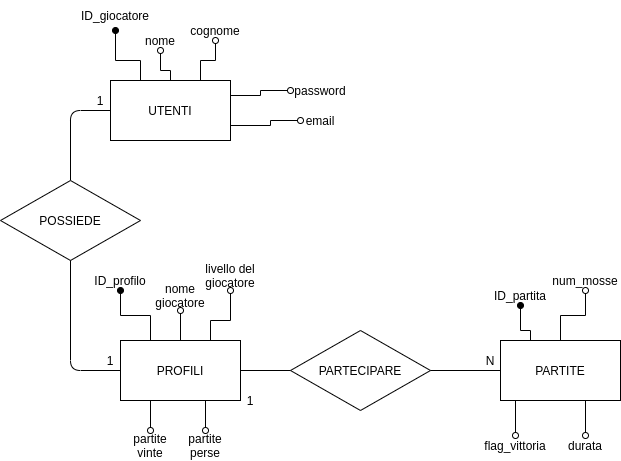
Before: SchemaDatabase/schemaER_CrazyGoose.png, a diagram exported from draw.io (itisrivoira/CrazyGoose). Source tidied: cells renumbered, new cells last; positions are measured from the earlier drawing's top-left corner, leaving out a move shared by most shapes.
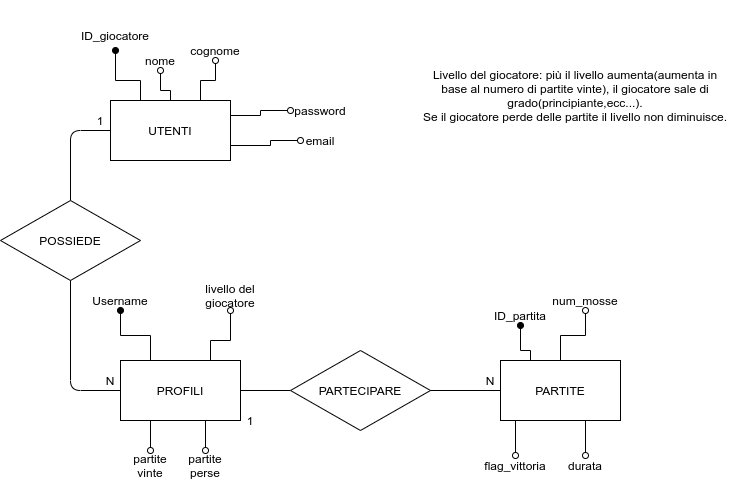
After the change.

Commit message:
versione finale

What changed in the source:
```diff
@@ -82,9 +82,6 @@
     <mxCell id="21" style="edgeStyle=orthogonalEdgeStyle;rounded=0;jettySize=auto;html=1;exitX=0.25;exitY=0;exitDx=0;exitDy=0;endArrow=oval;endFill=1;fontSize=1;entryX=0.5;entryY=1;entryDx=0;entryDy=0;" parent="1" edge="1" source="26" target="27">
       <mxGeometry relative="1" as="geometry" />
     </mxCell>
-    <mxCell id="22" style="edgeStyle=orthogonalEdgeStyle;rounded=0;jettySize=auto;html=1;exitX=0.5;exitY=0;exitDx=0;exitDy=0;entryX=0.5;entryY=1;entryDx=0;entryDy=0;endArrow=oval;endFill=0;fontSize=1;" parent="1" edge="1" source="26" target="29">
-      <mxGeometry relative="1" as="geometry" />
-    </mxCell>
     <mxCell id="23" style="edgeStyle=orthogonalEdgeStyle;rounded=0;jettySize=auto;html=1;exitX=0.75;exitY=0;exitDx=0;exitDy=0;entryX=0.5;entryY=1;entryDx=0;entryDy=0;endArrow=oval;endFill=0;fontSize=1;" parent="1" edge="1" source="26" target="28">
       <mxGeometry relative="1" as="geometry">
         <Array as="points">
@@ -102,15 +99,12 @@
     <mxCell id="26" value="PROFILI" style="rounded=0;whiteSpace=wrap;html=1;" parent="1" vertex="1">
       <mxGeometry x="120" y="340" width="120" height="60" as="geometry" />
     </mxCell>
-    <mxCell id="27" value="ID_profilo" style="text;html=1;strokeColor=none;fillColor=none;align=center;verticalAlign=middle;whiteSpace=wrap;rounded=0;" parent="1" vertex="1">
+    <mxCell id="27" value="Username" style="text;html=1;strokeColor=none;fillColor=none;align=center;verticalAlign=middle;whiteSpace=wrap;rounded=0;" parent="1" vertex="1">
       <mxGeometry x="90" y="270" width="60" height="20" as="geometry" />
     </mxCell>
     <mxCell id="28" value="livello del giocatore" style="text;html=1;strokeColor=none;fillColor=none;align=center;verticalAlign=middle;whiteSpace=wrap;rounded=0;" parent="1" vertex="1">
       <mxGeometry x="200" y="260" width="60" height="30" as="geometry" />
     </mxCell>
-    <mxCell id="29" value="nome giocatore" style="text;html=1;strokeColor=none;fillColor=none;align=center;verticalAlign=middle;whiteSpace=wrap;rounded=0;" parent="1" vertex="1">
-      <mxGeometry x="150" y="280" width="60" height="30" as="geometry" />
-    </mxCell>
     <mxCell id="30" style="endArrow=none;html=1;entryX=0;entryY=0.5;entryDx=0;entryDy=0;exitX=1;exitY=0.5;exitDx=0;exitDy=0;" parent="1" edge="1" source="26" target="7">
       <mxGeometry relative="1" as="geometry" />
     </mxCell>
@@ -127,7 +121,7 @@
     <mxCell id="33" value="1" style="text;html=1;strokeColor=none;fillColor=none;align=center;verticalAlign=middle;whiteSpace=wrap;rounded=0;" parent="1" vertex="1">
       <mxGeometry x="230" y="390" width="40" height="20" as="geometry" />
     </mxCell>
-    <mxCell id="34" value="1" style="text;html=1;strokeColor=none;fillColor=none;align=center;verticalAlign=middle;whiteSpace=wrap;rounded=0;" parent="1" vertex="1">
+    <mxCell id="34" value="N" style="text;html=1;strokeColor=none;fillColor=none;align=center;verticalAlign=middle;whiteSpace=wrap;rounded=0;" parent="1" vertex="1">
       <mxGeometry x="90" y="350" width="40" height="20" as="geometry" />
     </mxCell>
     <mxCell id="35" value="1" style="text;html=1;strokeColor=none;fillColor=none;align=center;verticalAlign=middle;whiteSpace=wrap;rounded=0;" parent="1" vertex="1">
@@ -169,5 +163,8 @@
     <mxCell id="42" value="email" style="text;html=1;strokeColor=none;fillColor=none;align=center;verticalAlign=middle;whiteSpace=wrap;rounded=0;" parent="1" vertex="1">
       <mxGeometry x="300" y="110" width="40" height="20" as="geometry" />
     </mxCell>
+    <mxCell id="43" value="Livello del giocatore: più il livello aumenta(aumenta in base al numero di partite vinte), il giocatore sale di grado(principiante,ecc...).&lt;br&gt;Se il giocatore perde delle partite il livello non diminuisce." style="text;html=1;strokeColor=none;fillColor=none;align=center;verticalAlign=middle;whiteSpace=wrap;rounded=0;" parent="1" vertex="1">
+      <mxGeometry x="420" y="-20" width="310" height="190" as="geometry" />
+    </mxCell>
   </root>
 </mxGraphModel>
```
